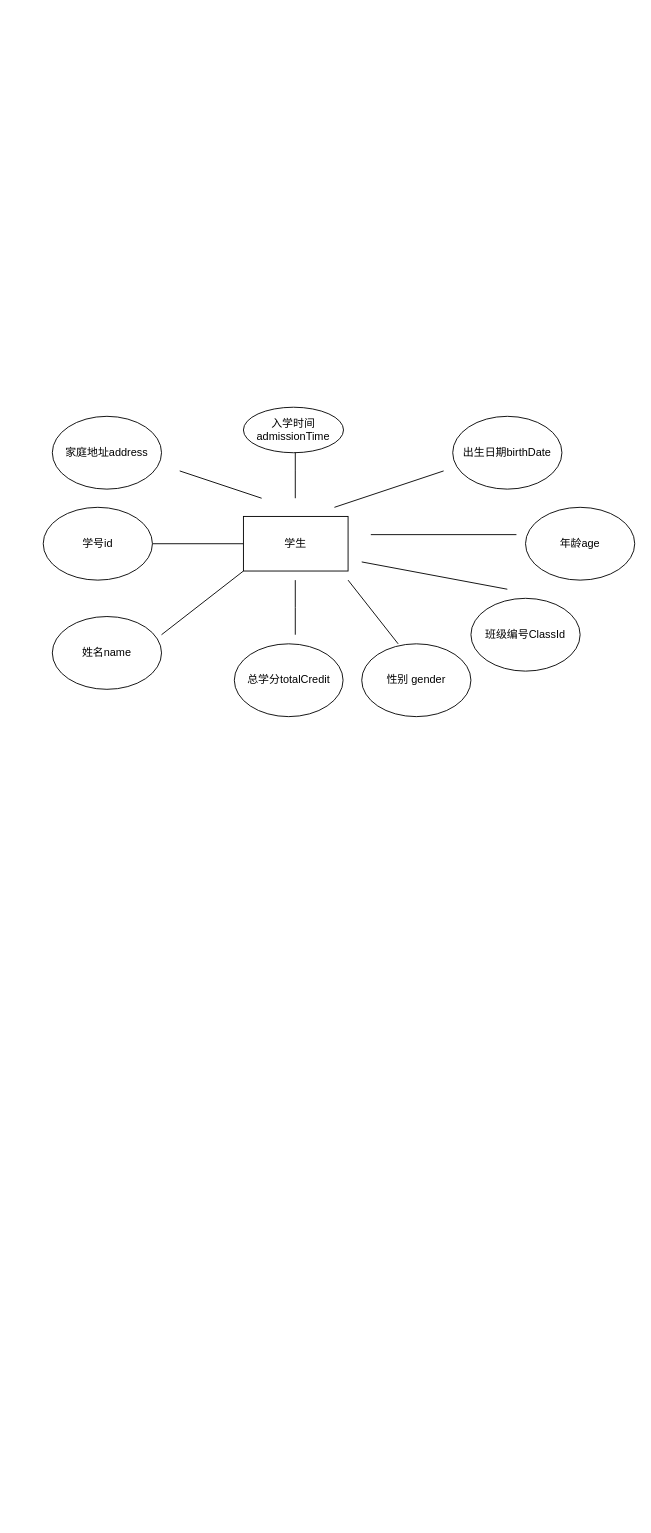
Earlier version of the draw.io diagram orcale作业.drawio (qiuquanhui/images). Source tidied: cells renumbered, new cells numbered last; positions are measured from the earlier drawing's top-left corner, leaving out a move shared by most shapes. Both pictures are drawn from the tidied source at 91%, with x=0, y=0 at pixel (43, 407).
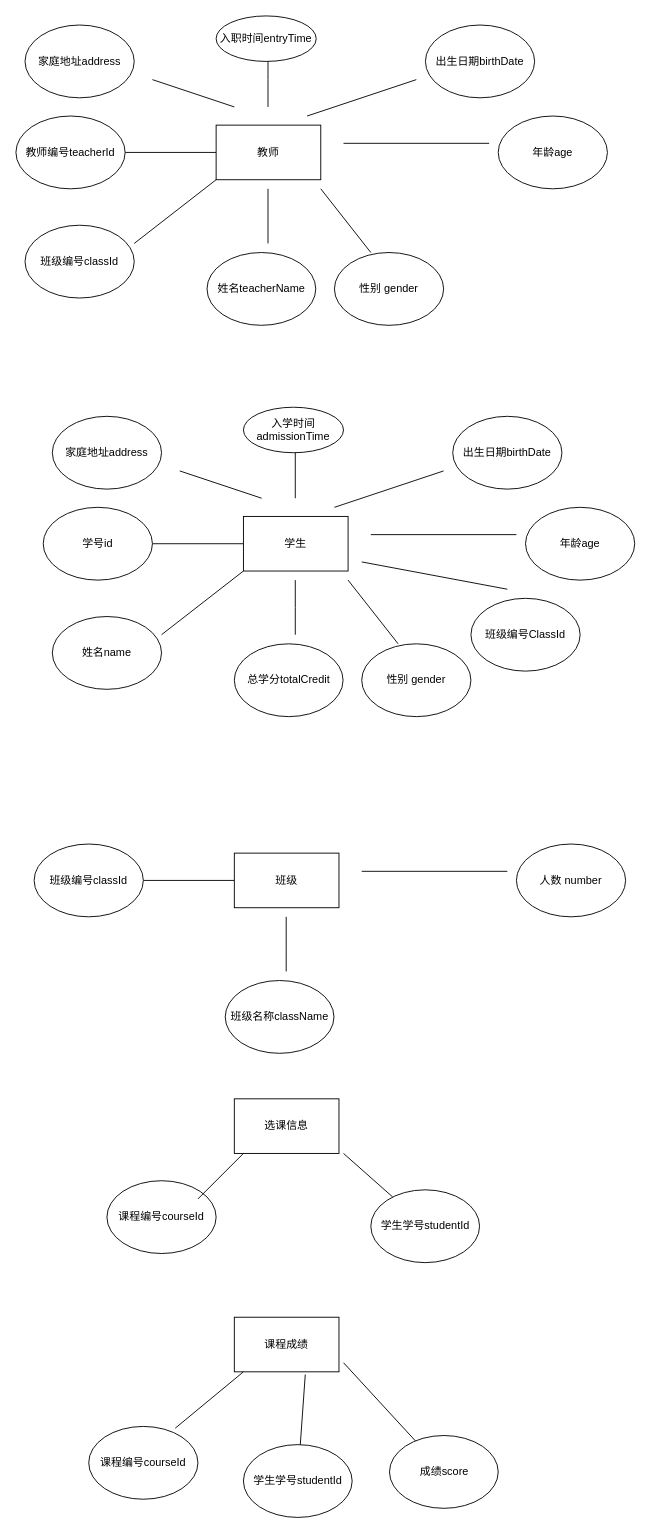
Above is the later version.

The edit, as a diff of the source:
```diff
@@
+    <mxCell id="21" style="edgeStyle=orthogonalEdgeStyle;rounded=0;jettySize=auto;html=1;entryX=1;entryY=0.5;entryDx=0;entryDy=0;endArrow=none;endFill=0;" parent="1" edge="1" source="22" target="23">
+      <mxGeometry relative="1" as="geometry" />
+    </mxCell>
+    <mxCell id="22" value="班级" style="rounded=0;whiteSpace=wrap;html=1;" parent="1" vertex="1">
+      <mxGeometry x="210" y="490" width="115" height="60" as="geometry" />
+    </mxCell>
+    <mxCell id="23" value="班级编号classId" style="ellipse;whiteSpace=wrap;html=1;" parent="1" vertex="1">
+      <mxGeometry x="-10" y="480" width="120" height="80" as="geometry" />
+    </mxCell>
+    <mxCell id="24" value="班级名称className" style="ellipse;whiteSpace=wrap;html=1;rounded=0;" parent="1" vertex="1">
+      <mxGeometry x="200" y="630" width="119.5" height="80" as="geometry" />
+    </mxCell>
+    <mxCell id="25" style="endArrow=none;html=1;rounded=0;" parent="1" edge="1">
+      <mxGeometry relative="1" as="geometry">
+        <mxPoint x="267" y="620" as="sourcePoint" />
+        <mxPoint x="267" y="560" as="targetPoint" />
+        <Array as="points">
+          <mxPoint x="267" y="590" />
+        </Array>
+      </mxGeometry>
+    </mxCell>
+    <mxCell id="26" style="endArrow=none;html=1;rounded=0;" parent="1" edge="1">
+      <mxGeometry relative="1" as="geometry">
+        <mxPoint x="350" y="510" as="sourcePoint" />
+        <mxPoint x="510" y="510" as="targetPoint" />
+      </mxGeometry>
+    </mxCell>
+    <mxCell id="27" value="人数 number" style="ellipse;whiteSpace=wrap;html=1;" parent="1" vertex="1">
+      <mxGeometry x="520" y="480" width="120" height="80" as="geometry" />
+    </mxCell>
+    <mxCell id="28" value="选课信息" style="rounded=0;whiteSpace=wrap;html=1;" parent="1" vertex="1">
+      <mxGeometry x="210" y="760" width="115" height="60" as="geometry" />
+    </mxCell>
+    <mxCell id="29" value="课程编号courseId" style="ellipse;whiteSpace=wrap;html=1;" parent="1" vertex="1">
+      <mxGeometry x="70" y="850" width="120" height="80" as="geometry" />
+    </mxCell>
+    <mxCell id="30" value="学生学号studentId" style="ellipse;whiteSpace=wrap;html=1;rounded=0;" parent="1" vertex="1">
+      <mxGeometry x="360" y="860" width="119.5" height="80" as="geometry" />
+    </mxCell>
+    <mxCell id="31" style="edgeStyle=orthogonalEdgeStyle;rounded=0;jettySize=auto;html=1;entryX=1;entryY=0.5;entryDx=0;entryDy=0;endArrow=none;endFill=0;" parent="1" edge="1" source="32" target="33">
+      <mxGeometry relative="1" as="geometry" />
+    </mxCell>
+    <mxCell id="32" value="教师" style="rounded=0;whiteSpace=wrap;html=1;" parent="1" vertex="1">
+      <mxGeometry x="190" y="-310" width="115" height="60" as="geometry" />
+    </mxCell>
+    <mxCell id="33" value="教师编号teacherId" style="ellipse;whiteSpace=wrap;html=1;" parent="1" vertex="1">
+      <mxGeometry x="-30" y="-320" width="120" height="80" as="geometry" />
+    </mxCell>
+    <mxCell id="34" value="姓名teacherName" style="ellipse;whiteSpace=wrap;html=1;rounded=0;" parent="1" vertex="1">
+      <mxGeometry x="180" y="-170" width="119.5" height="80" as="geometry" />
+    </mxCell>
+    <mxCell id="35" value="班级编号classId" style="ellipse;whiteSpace=wrap;html=1;" parent="1" vertex="1">
+      <mxGeometry x="-20" y="-200" width="120" height="80" as="geometry" />
+    </mxCell>
+    <mxCell id="36" style="endArrow=none;html=1;rounded=0;" parent="1" edge="1">
+      <mxGeometry relative="1" as="geometry">
+        <mxPoint x="100" y="-180" as="sourcePoint" />
+        <mxPoint x="190" y="-250" as="targetPoint" />
+      </mxGeometry>
+    </mxCell>
+    <mxCell id="37" style="endArrow=none;html=1;rounded=0;" parent="1" edge="1">
+      <mxGeometry relative="1" as="geometry">
+        <mxPoint x="247" y="-180" as="sourcePoint" />
+        <mxPoint x="247" y="-240" as="targetPoint" />
+        <Array as="points">
+          <mxPoint x="247" y="-210" />
+        </Array>
+      </mxGeometry>
+    </mxCell>
+    <mxCell id="38" style="endArrow=none;html=1;rounded=0;" parent="1" edge="1">
+      <mxGeometry relative="1" as="geometry">
+        <mxPoint x="305" y="-240" as="sourcePoint" />
+        <mxPoint x="360" y="-170" as="targetPoint" />
+      </mxGeometry>
+    </mxCell>
+    <mxCell id="39" value="性别 gender" style="ellipse;whiteSpace=wrap;html=1;" parent="1" vertex="1">
+      <mxGeometry x="320" y="-170" width="120" height="80" as="geometry" />
+    </mxCell>
+    <mxCell id="40" style="endArrow=none;html=1;rounded=0;" parent="1" edge="1">
+      <mxGeometry relative="1" as="geometry">
+        <mxPoint x="330" y="-290" as="sourcePoint" />
+        <mxPoint x="490" y="-290" as="targetPoint" />
+      </mxGeometry>
+    </mxCell>
+    <mxCell id="41" value="年龄age" style="ellipse;whiteSpace=wrap;html=1;" parent="1" vertex="1">
+      <mxGeometry x="500" y="-320" width="120" height="80" as="geometry" />
+    </mxCell>
+    <mxCell id="42" style="endArrow=none;html=1;rounded=0;" parent="1" edge="1">
+      <mxGeometry relative="1" as="geometry">
+        <mxPoint x="290" y="-320" as="sourcePoint" />
+        <mxPoint x="410" y="-360" as="targetPoint" />
+      </mxGeometry>
+    </mxCell>
+    <mxCell id="43" value="出生日期birthDate" style="ellipse;whiteSpace=wrap;html=1;" parent="1" vertex="1">
+      <mxGeometry x="420" y="-420" width="120" height="80" as="geometry" />
+    </mxCell>
+    <mxCell id="44" style="endArrow=none;html=1;rounded=0;" parent="1" edge="1">
+      <mxGeometry relative="1" as="geometry">
+        <mxPoint x="210" y="-330" as="sourcePoint" />
+        <mxPoint x="120" y="-360" as="targetPoint" />
+      </mxGeometry>
+    </mxCell>
+    <mxCell id="45" value="家庭地址address" style="ellipse;whiteSpace=wrap;html=1;" parent="1" vertex="1">
+      <mxGeometry x="-20" y="-420" width="120" height="80" as="geometry" />
+    </mxCell>
+    <mxCell id="46" style="endArrow=none;html=1;rounded=0;" parent="1" edge="1">
+      <mxGeometry relative="1" as="geometry">
+        <mxPoint x="247" y="-330" as="sourcePoint" />
+        <mxPoint x="247" y="-390" as="targetPoint" />
+        <Array as="points">
+          <mxPoint x="247" y="-360" />
+        </Array>
+      </mxGeometry>
+    </mxCell>
+    <mxCell id="47" value="入职时间entryTime" style="ellipse;whiteSpace=wrap;html=1;" parent="1" vertex="1">
+      <mxGeometry x="190" y="-430" width="110" height="50" as="geometry" />
+    </mxCell>
+    <mxCell id="48" style="endArrow=none;html=1;rounded=0;" parent="1" edge="1">
+      <mxGeometry relative="1" as="geometry">
+        <mxPoint x="170" y="870" as="sourcePoint" />
+        <mxPoint x="220" y="820" as="targetPoint" />
+      </mxGeometry>
+    </mxCell>
+    <mxCell id="49" style="endArrow=none;html=1;rounded=0;" parent="1" edge="1" target="30">
+      <mxGeometry relative="1" as="geometry">
+        <mxPoint x="330" y="820" as="sourcePoint" />
+      </mxGeometry>
+    </mxCell>
+    <mxCell id="50" value="课程成绩" style="rounded=0;whiteSpace=wrap;html=1;" parent="1" vertex="1">
+      <mxGeometry x="210" y="1000" width="115" height="60" as="geometry" />
+    </mxCell>
+    <mxCell id="51" value="课程编号courseId" style="ellipse;whiteSpace=wrap;html=1;" parent="1" vertex="1">
+      <mxGeometry x="50" y="1120" width="120" height="80" as="geometry" />
+    </mxCell>
+    <mxCell id="52" value="学生学号studentId" style="ellipse;whiteSpace=wrap;html=1;rounded=0;" parent="1" vertex="1">
+      <mxGeometry x="220" y="1140" width="119.5" height="80" as="geometry" />
+    </mxCell>
+    <mxCell id="53" style="endArrow=none;html=1;rounded=0;exitX=0.792;exitY=0.025;exitDx=0;exitDy=0;exitPerimeter=0;" parent="1" edge="1" source="51">
+      <mxGeometry relative="1" as="geometry">
+        <mxPoint x="220" y="1060" as="targetPoint" />
+      </mxGeometry>
+    </mxCell>
+    <mxCell id="54" style="endArrow=none;html=1;rounded=0;exitX=0.678;exitY=1.05;exitDx=0;exitDy=0;exitPerimeter=0;" parent="1" edge="1" source="50" target="52">
+      <mxGeometry relative="1" as="geometry" />
+    </mxCell>
+    <mxCell id="55" value="成绩score" style="ellipse;whiteSpace=wrap;html=1;rounded=0;" parent="1" vertex="1">
+      <mxGeometry x="380.5" y="1130" width="119.5" height="80" as="geometry" />
+    </mxCell>
+    <mxCell id="56" style="endArrow=none;html=1;rounded=0;" parent="1" edge="1" target="55">
+      <mxGeometry relative="1" as="geometry">
+        <mxPoint x="330" y="1050" as="sourcePoint" />
+      </mxGeometry>
+    </mxCell>
```
